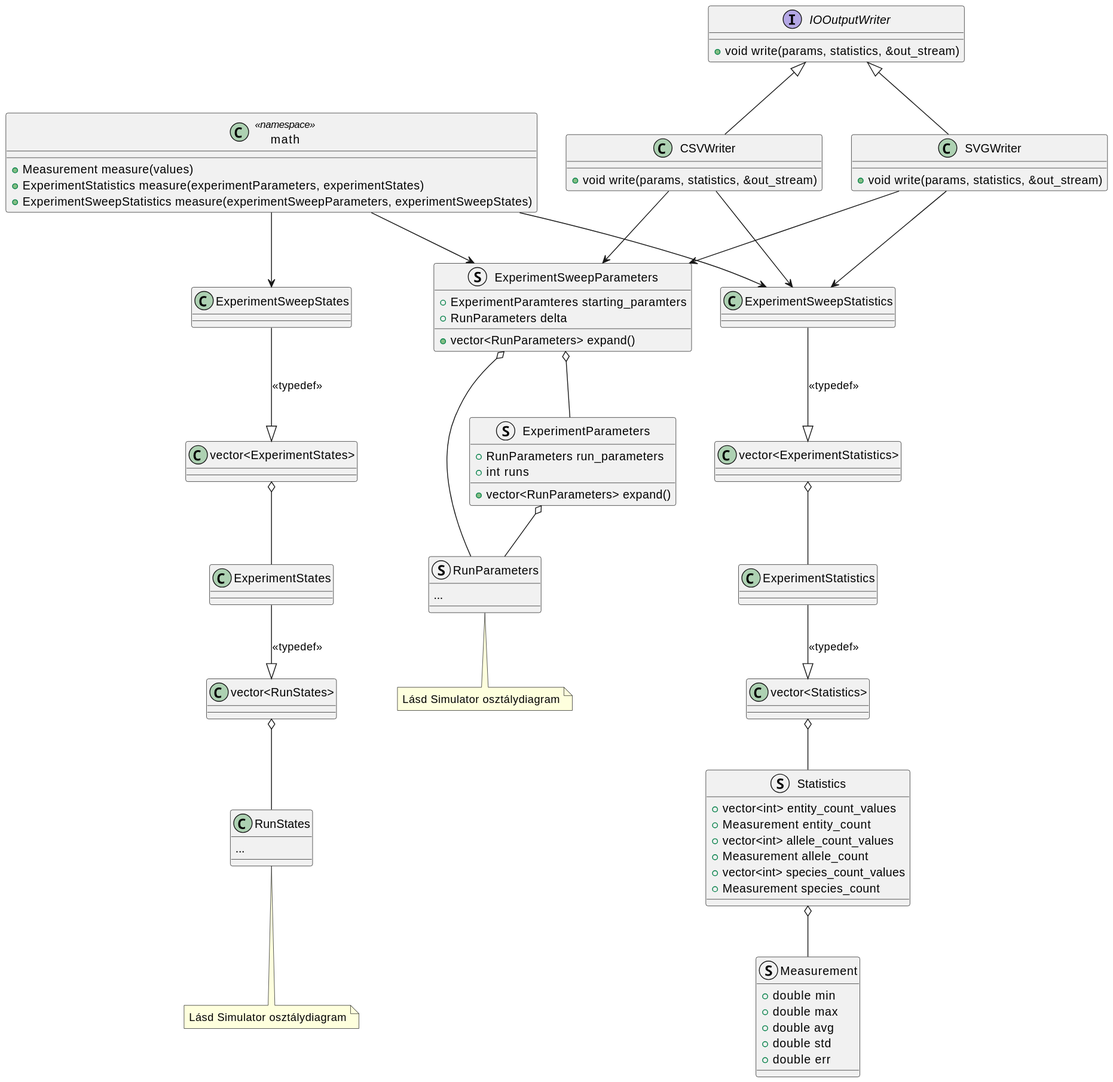
Before: thesis/assets/diagrams/cpp_experiment_classes.svg, a diagram exported from PlantUML (hamrik/fatint-thesis).
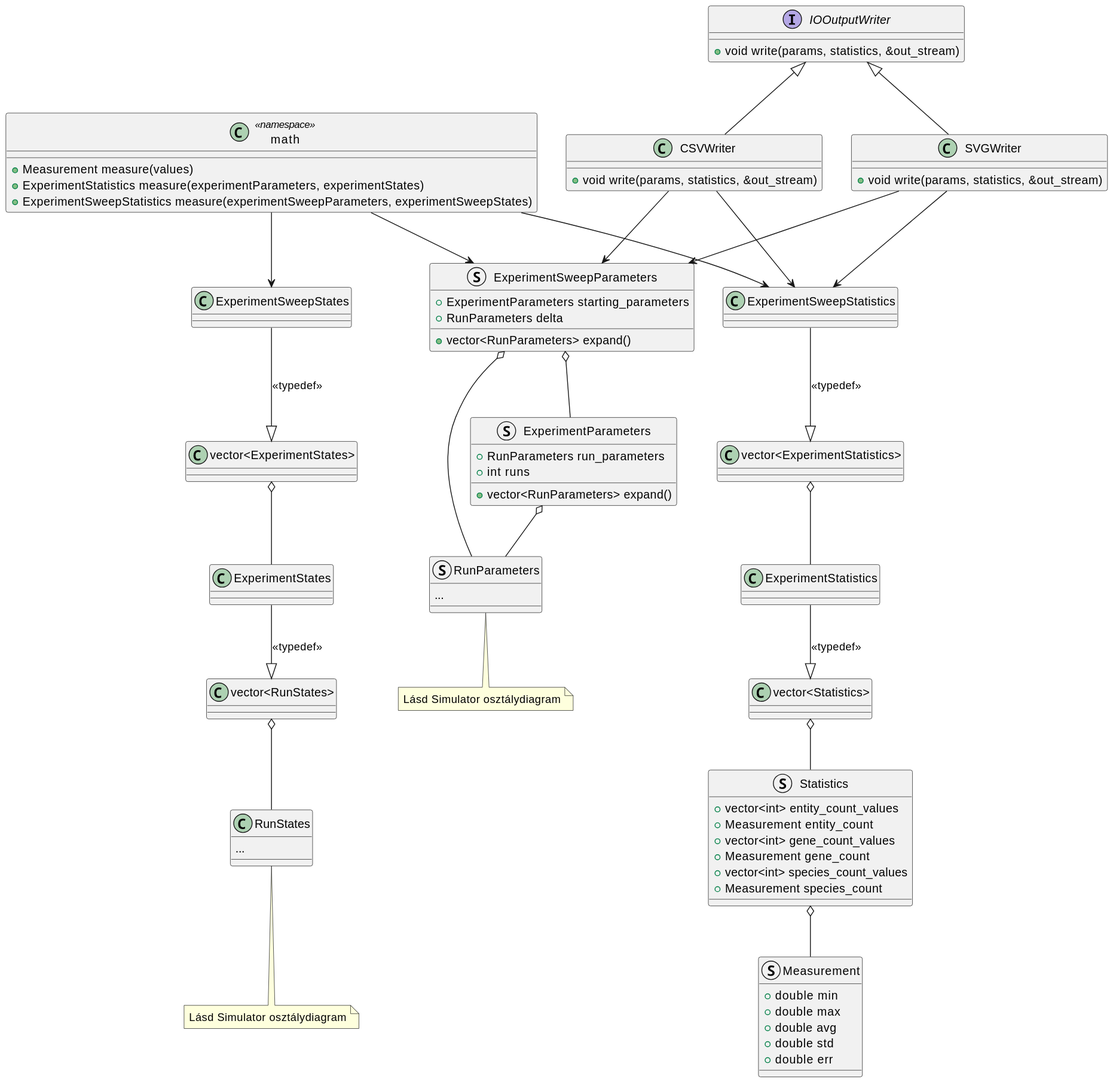
After the change.

Diff of the diagram source:
```diff
@@ -12,7 +12,7 @@
 ExperimentParameters o-- RunParameters
 
 struct ExperimentSweepParameters {
-  + ExperimentParamteres starting_paramters
+  + ExperimentParameters starting_parameters
   + RunParameters delta
   + vector<RunParameters> expand()
 }
@@ -44,8 +44,8 @@
 struct Statistics {
   + vector<int> entity_count_values
   + Measurement entity_count
-  + vector<int> allele_count_values
-  + Measurement allele_count
+  + vector<int> gene_count_values
+  + Measurement gene_count
   + vector<int> species_count_values
   + Measurement species_count
 }
```
